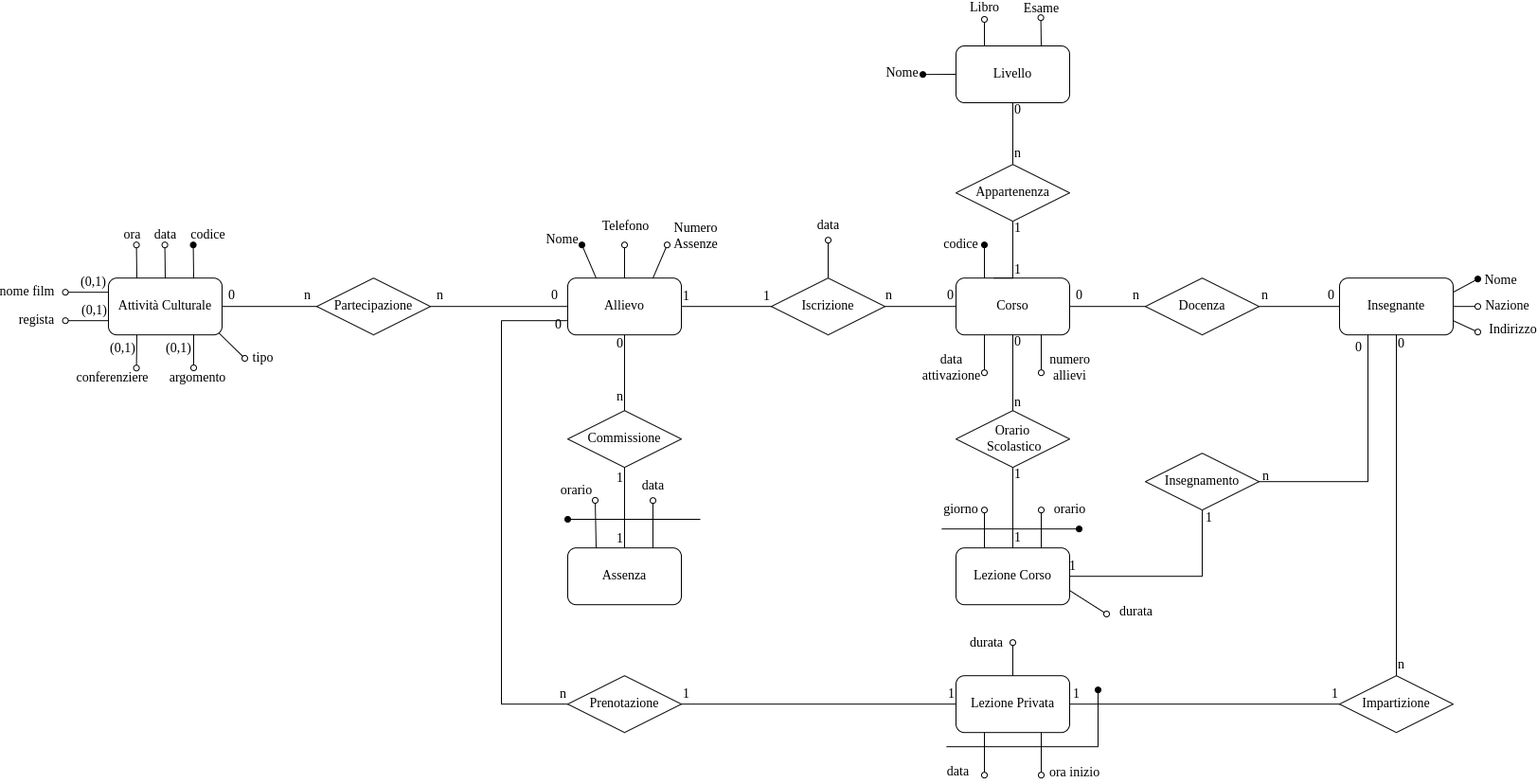
SimoneNicosanti/DataBase_Project keeps this draw.io diagram as doc/Foto_Documentazione/Diagramma_ER_Ristrutturato.png. Above is the earlier version. Source tidied: cells renumbered, new cells last; positions are measured from the earlier drawing's top-left corner, leaving out a move shared by most shapes.
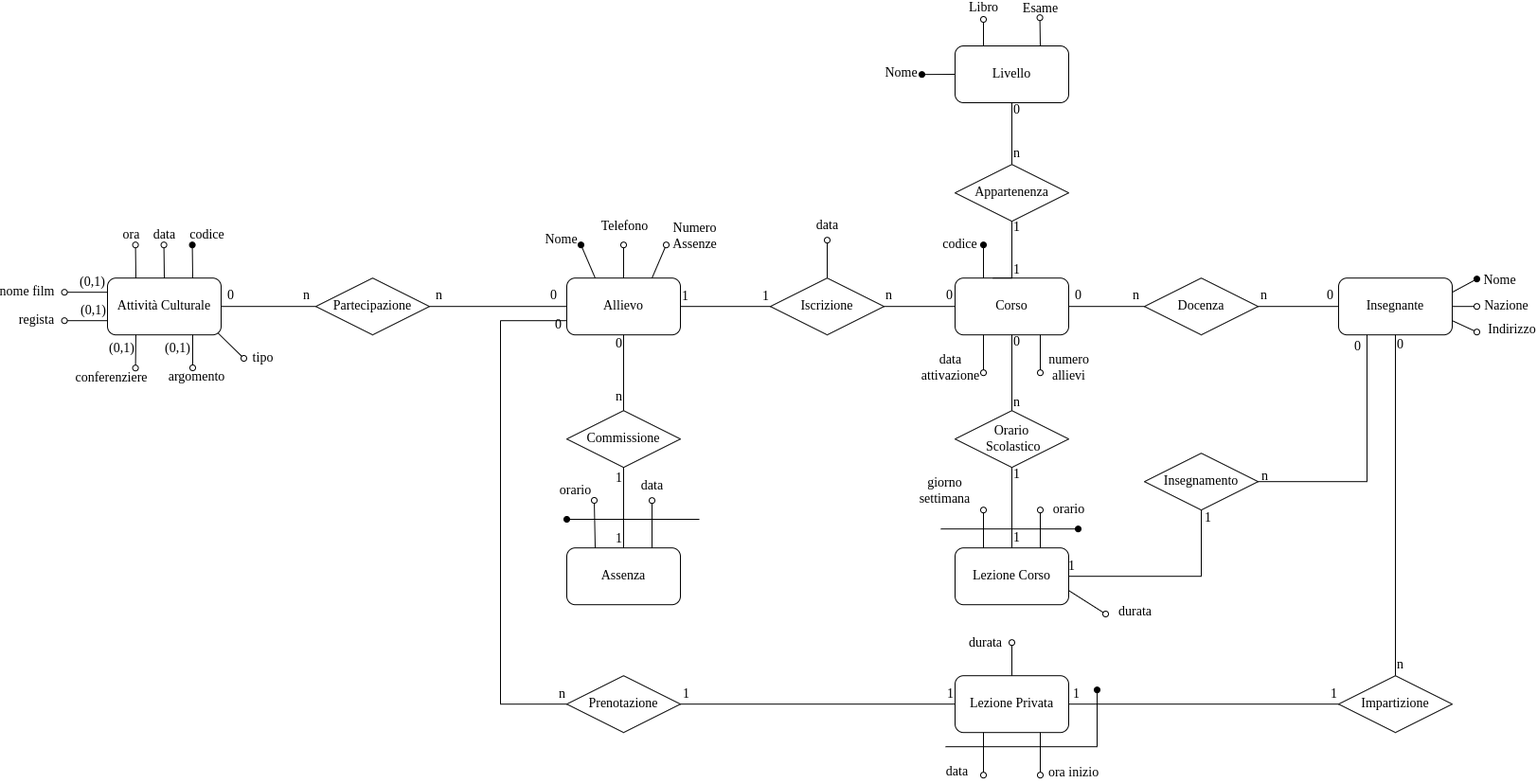
Later version of the same file.

Diff of the diagram source:
```diff
@@ -172,9 +172,9 @@
         <mxPoint x="970" y="520.2" as="targetPoint" />
       </mxGeometry>
     </mxCell>
-    <mxCell id="41" value="giorno" style="edgeLabel;html=1;align=center;verticalAlign=middle;fontSize=14;fontFamily=Times New Roman;labelBackgroundColor=none;" parent="40" vertex="1">
+    <mxCell id="41" value="giorno&lt;br&gt;settimana" style="edgeLabel;html=1;align=center;verticalAlign=middle;fontSize=14;fontFamily=Times New Roman;labelBackgroundColor=none;" parent="40" vertex="1">
       <mxGeometry x="0.52" relative="1" as="geometry">
-        <mxPoint x="-25" y="-10" as="offset" />
+        <mxPoint x="-41" y="-30" as="offset" />
       </mxGeometry>
     </mxCell>
     <mxCell id="42" style="endArrow=oval;html=1;rounded=0;fontFamily=Times New Roman;fontSize=14;exitX=0.75;exitY=0;exitDx=0;exitDy=0;endFill=0;" parent="1" edge="1" source="8">
```
